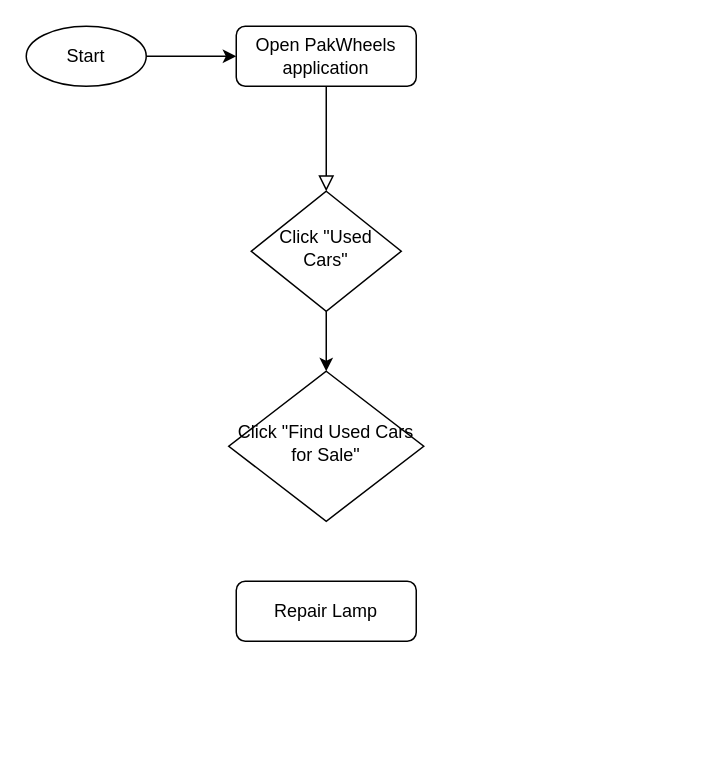
The draw.io diagram src/Untitled Diagram.drawio in sweranawaz/testrepo, before the edit. Source tidied: cells renumbered, new cells numbered last; positions are measured from the earlier drawing's top-left corner, leaving out a move shared by most shapes. Both pictures are drawn from the tidied source at 150%, with x=0, y=0 at pixel (26, 26).
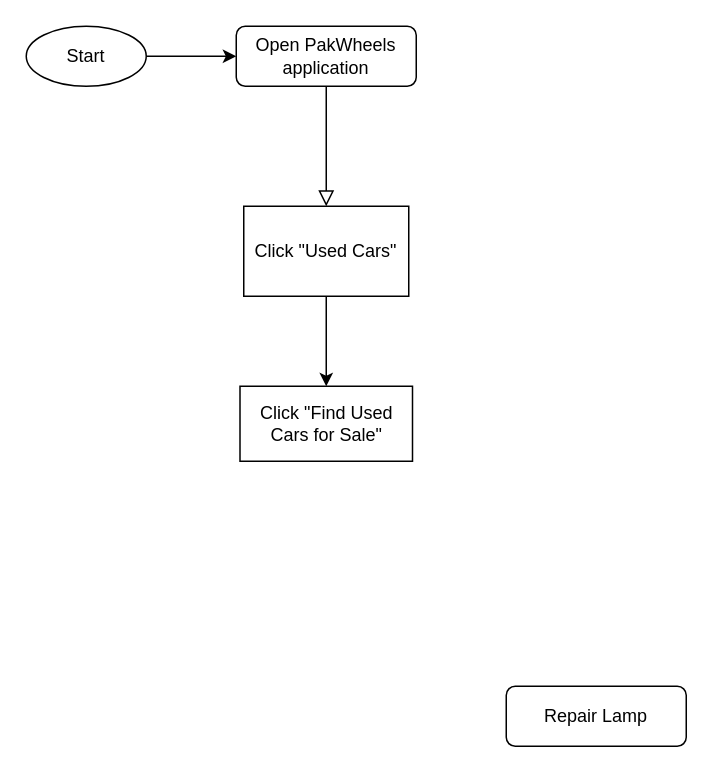
Above is the later version.

Commit message (it also covers changes not shown here):
PakWheels Diagram

Diff of the diagram source:
```diff
@@
 <mxGraphModel>
   <root>
     <mxCell id="0" />
     <mxCell id="1" parent="0" />
     <mxCell id="2" style="rounded=0;html=1;jettySize=auto;fontSize=11;endArrow=block;endFill=0;endSize=8;strokeWidth=1;shadow=0;labelBackgroundColor=none;edgeStyle=orthogonalEdgeStyle;" parent="1" edge="1" source="3" target="5">
       <mxGeometry relative="1" as="geometry" />
     </mxCell>
     <mxCell id="3" value="Open PakWheels application" style="rounded=1;whiteSpace=wrap;html=1;fontSize=12;glass=0;strokeWidth=1;shadow=0;" parent="1" vertex="1">
       <mxGeometry x="140" width="120" height="40" as="geometry" />
     </mxCell>
     <mxCell id="4" style="edgeStyle=orthogonalEdgeStyle;rounded=0;jettySize=auto;html=1;exitX=0.5;exitY=1;exitDx=0;exitDy=0;entryX=0.5;entryY=0;entryDx=0;entryDy=0;" parent="1" edge="1" source="5" target="6">
       <mxGeometry relative="1" as="geometry" />
     </mxCell>
-    <mxCell id="5" value="Click &quot;Used Cars&quot;" style="rhombus;whiteSpace=wrap;html=1;shadow=0;fontFamily=Helvetica;fontSize=12;align=center;strokeWidth=1;spacing=6;spacingTop=-4;" parent="1" vertex="1">
-      <mxGeometry x="150" y="110" width="100" height="80" as="geometry" />
+    <mxCell id="5" value="Click &quot;Used Cars&quot;" style="rounded=0;whiteSpace=wrap;html=1;shadow=0;fontFamily=Helvetica;fontSize=12;fontColor=default;align=center;strokeColor=default;strokeWidth=1;fillColor=default;" parent="1" vertex="1">
+      <mxGeometry x="145" y="120" width="110" height="60" as="geometry" />
     </mxCell>
-    <mxCell id="6" value="Click &quot;Find Used Cars for Sale&quot;" style="rhombus;whiteSpace=wrap;html=1;shadow=0;fontFamily=Helvetica;fontSize=12;align=center;strokeWidth=1;spacing=6;spacingTop=-4;" parent="1" vertex="1">
-      <mxGeometry x="135" y="230" width="130" height="100" as="geometry" />
+    <mxCell id="6" value="Click &quot;Find Used Cars for Sale&quot;" style="rounded=0;whiteSpace=wrap;html=1;shadow=0;fontFamily=Helvetica;fontSize=12;fontColor=default;align=center;strokeColor=default;strokeWidth=1;fillColor=default;" parent="1" vertex="1">
+      <mxGeometry x="142.5" y="240" width="115" height="50" as="geometry" />
     </mxCell>
     <mxCell id="7" value="Repair Lamp" style="rounded=1;whiteSpace=wrap;html=1;fontSize=12;glass=0;strokeWidth=1;shadow=0;" parent="1" vertex="1">
-      <mxGeometry x="140" y="370" width="120" height="40" as="geometry" />
+      <mxGeometry x="320" y="440" width="120" height="40" as="geometry" />
     </mxCell>
     <mxCell id="8" style="edgeStyle=orthogonalEdgeStyle;rounded=0;jettySize=auto;html=1;entryX=0;entryY=0.5;entryDx=0;entryDy=0;" parent="1" edge="1" source="9" target="3">
       <mxGeometry relative="1" as="geometry" />
     </mxCell>
     <mxCell id="9" value="Start" style="ellipse;whiteSpace=wrap;html=1;" parent="1" vertex="1">
       <mxGeometry width="80" height="40" as="geometry" />
     </mxCell>
   </root>
 </mxGraphModel>
```
